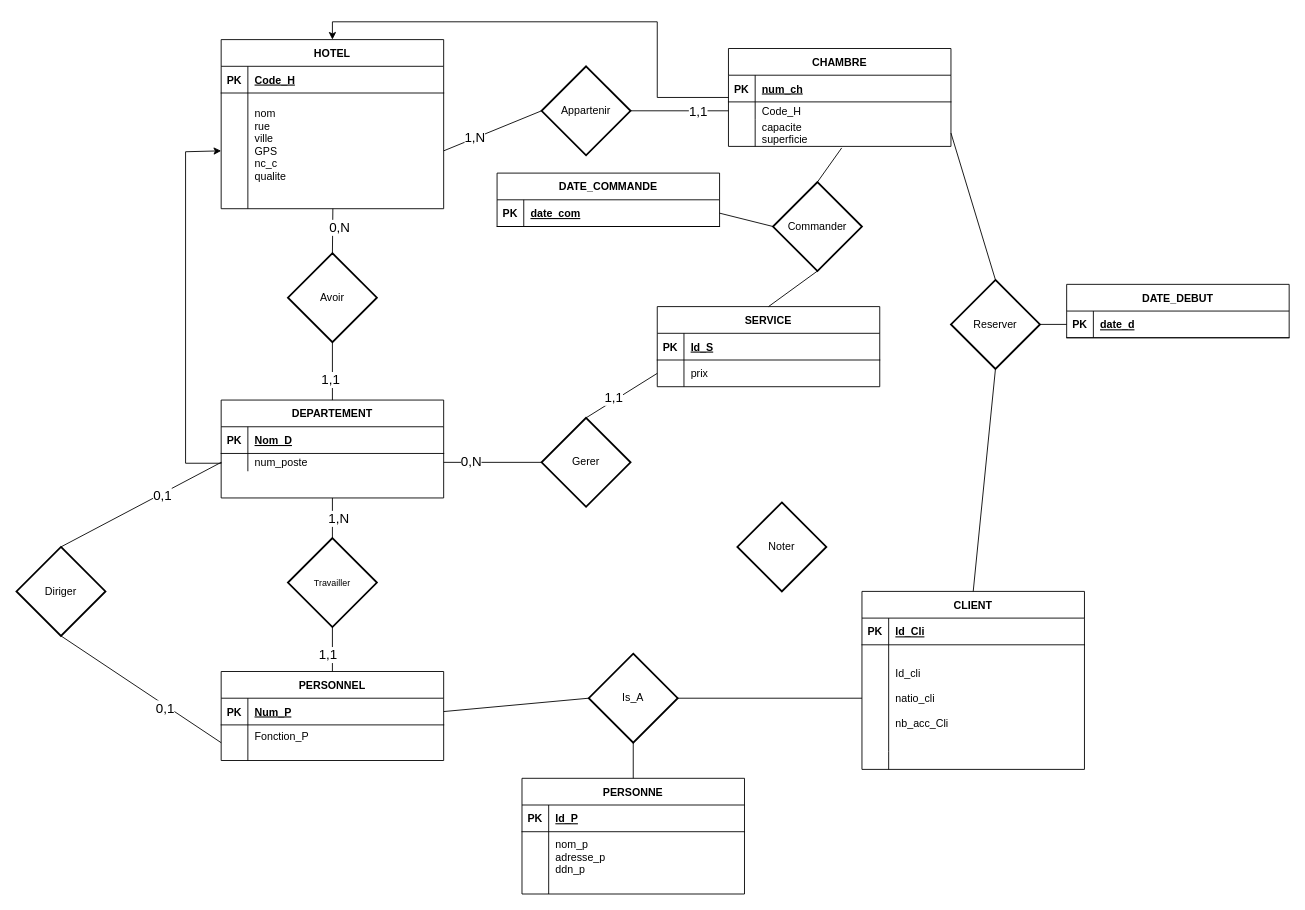
The draw.io diagram bd/diagramme_EA_SAE.drawio in Loris-Gr/repertoire-iut, before the edit. Source tidied: cells renumbered, new cells numbered last; positions are measured from the earlier drawing's top-left corner, leaving out a move shared by most shapes. Both pictures are drawn from the tidied source at 89%, with x=0, y=0 at pixel (16, 21).
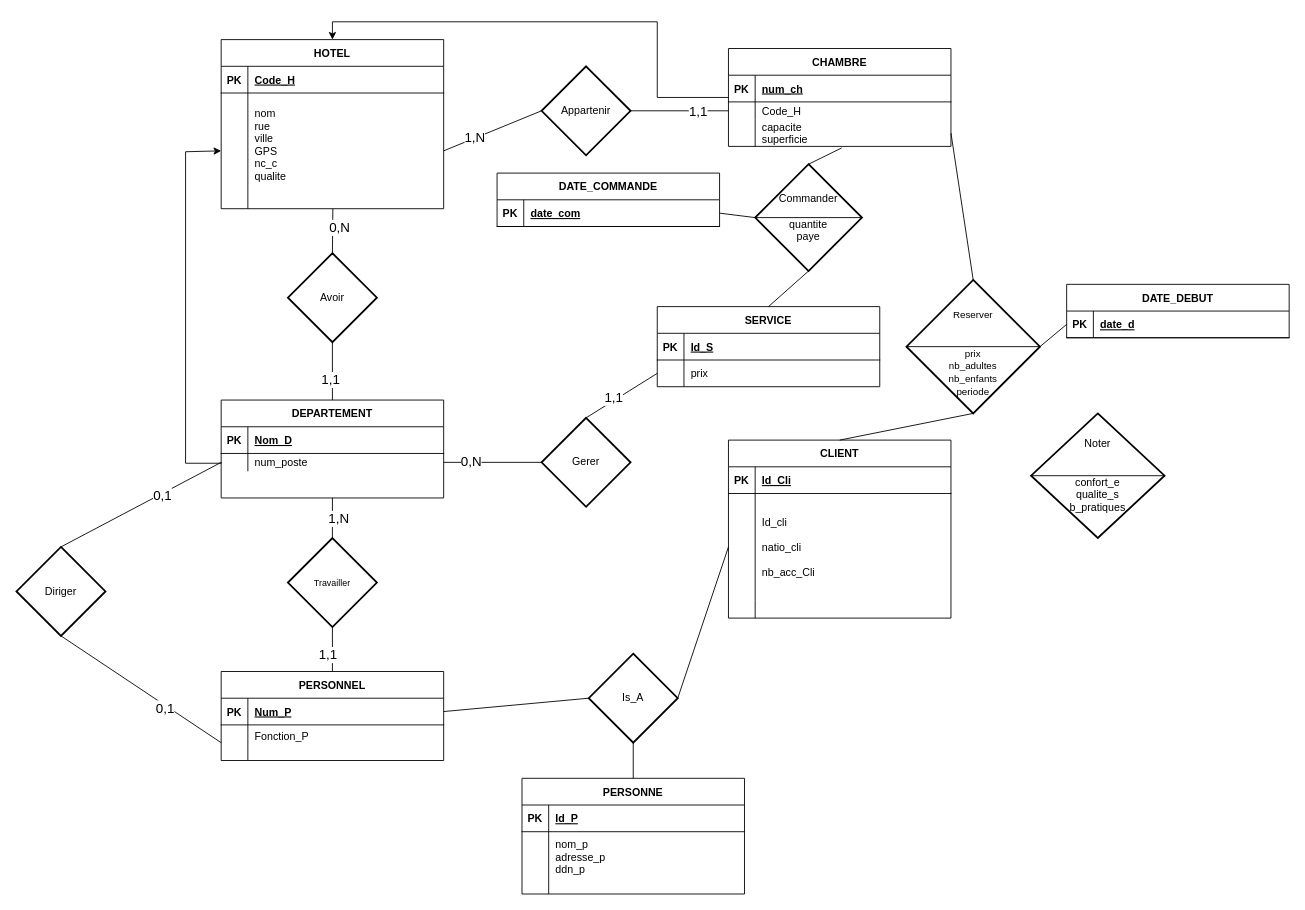
The same page after the edit.

Commit message:
Mettre à jour diagramme_EA_SAE.drawio

What changed in the source:
```diff
@@
     <mxCell id="38" value="CLIENT" style="shape=table;startSize=30;childLayout=tableLayout;rowLines=0;fontStyle=1;align=center;" parent="1" vertex="1">
-      <mxGeometry x="950" y="640" width="250" height="200" as="geometry" />
+      <mxGeometry x="800" y="470" width="250" height="200" as="geometry" />
     </mxCell>
@@
-    <mxCell id="60" value="Reserver" style="strokeWidth=2;html=1;shape=mxgraph.flowchart.decision;whiteSpace=wrap;" parent="1" vertex="1">
-      <mxGeometry x="1050" y="290" width="100" height="100" as="geometry" />
+    <mxCell id="60" value="&lt;font style=&quot;font-size: 11px;&quot;&gt;&lt;br&gt;Reserver&lt;br&gt;&lt;br&gt;&lt;br&gt;prix&lt;br&gt;nb_adultes&lt;br&gt;nb_enfants&lt;br&gt;periode&lt;/font&gt;" style="strokeWidth=2;html=1;shape=mxgraph.flowchart.decision;whiteSpace=wrap;" parent="1" vertex="1">
+      <mxGeometry x="1000" y="290" width="150" height="150" as="geometry" />
     </mxCell>
-    <mxCell id="61" value="Commander" style="strokeWidth=2;html=1;shape=mxgraph.flowchart.decision;whiteSpace=wrap;" parent="1" vertex="1">
-      <mxGeometry x="850" y="180" width="100" height="100" as="geometry" />
+    <mxCell id="61" value="Commander&lt;br&gt;&lt;br&gt;quantite&lt;br&gt;paye" style="strokeWidth=2;html=1;shape=mxgraph.flowchart.decision;whiteSpace=wrap;" parent="1" vertex="1">
+      <mxGeometry x="830" y="160" width="120" height="120" as="geometry" />
     </mxCell>
-    <mxCell id="62" value="Noter" style="strokeWidth=2;html=1;shape=mxgraph.flowchart.decision;whiteSpace=wrap;" parent="1" vertex="1">
-      <mxGeometry x="810" y="540" width="100" height="100" as="geometry" />
+    <mxCell id="62" value="Noter&lt;br&gt;&lt;br&gt;&lt;br&gt;confort_e&lt;br&gt;qualite_s&lt;br&gt;b_pratiques" style="strokeWidth=2;html=1;shape=mxgraph.flowchart.decision;whiteSpace=wrap;" parent="1" vertex="1">
+      <mxGeometry x="1140" y="440" width="150" height="140" as="geometry" />
     </mxCell>
@@
+    <mxCell id="105" style="endArrow=none;html=1;rounded=0;exitX=0;exitY=0.5;exitDx=0;exitDy=0;exitPerimeter=0;entryX=1;entryY=0.5;entryDx=0;entryDy=0;entryPerimeter=0;elbow=vertical;" parent="1" edge="1" source="60" target="60">
+      <mxGeometry relative="1" as="geometry" />
+    </mxCell>
+    <mxCell id="106" style="endArrow=none;html=1;rounded=0;entryX=1;entryY=0.5;entryDx=0;entryDy=0;entryPerimeter=0;exitX=0;exitY=0.5;exitDx=0;exitDy=0;exitPerimeter=0;" parent="1" edge="1" source="62" target="62">
+      <mxGeometry relative="1" as="geometry" />
+    </mxCell>
+    <mxCell id="107" style="endArrow=none;html=1;rounded=0;exitX=0;exitY=0.5;exitDx=0;exitDy=0;exitPerimeter=0;entryX=1;entryY=0.5;entryDx=0;entryDy=0;entryPerimeter=0;" parent="1" edge="1" source="61" target="61">
+      <mxGeometry relative="1" as="geometry" />
+    </mxCell>
```
